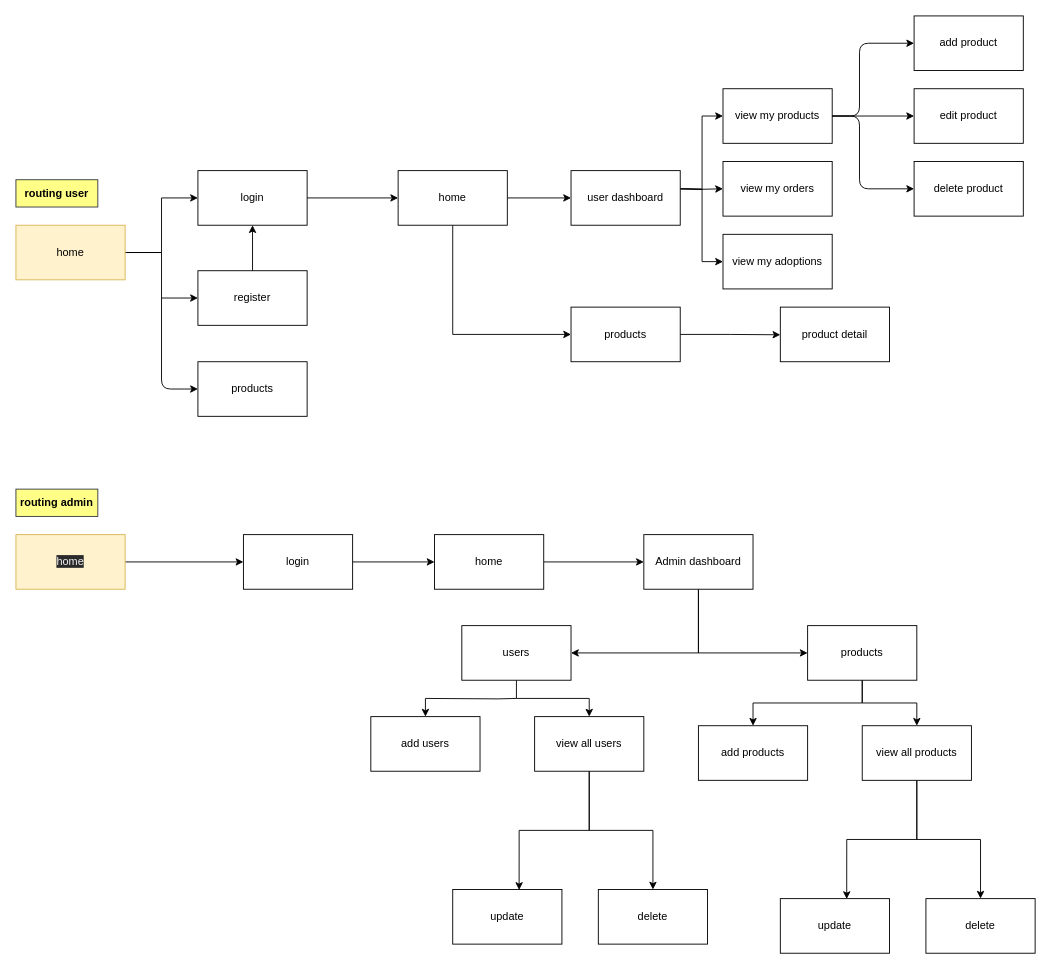
The draw.io diagram docs/2 design/routing.drawio in IonutPopescu93/mica-piata, before the edit. Source tidied: cells renumbered, new cells numbered last; positions are measured from the earlier drawing's top-left corner, leaving out a move shared by most shapes. Both pictures are drawn from the tidied source at 91%, with x=0, y=0 at pixel (15, 15).
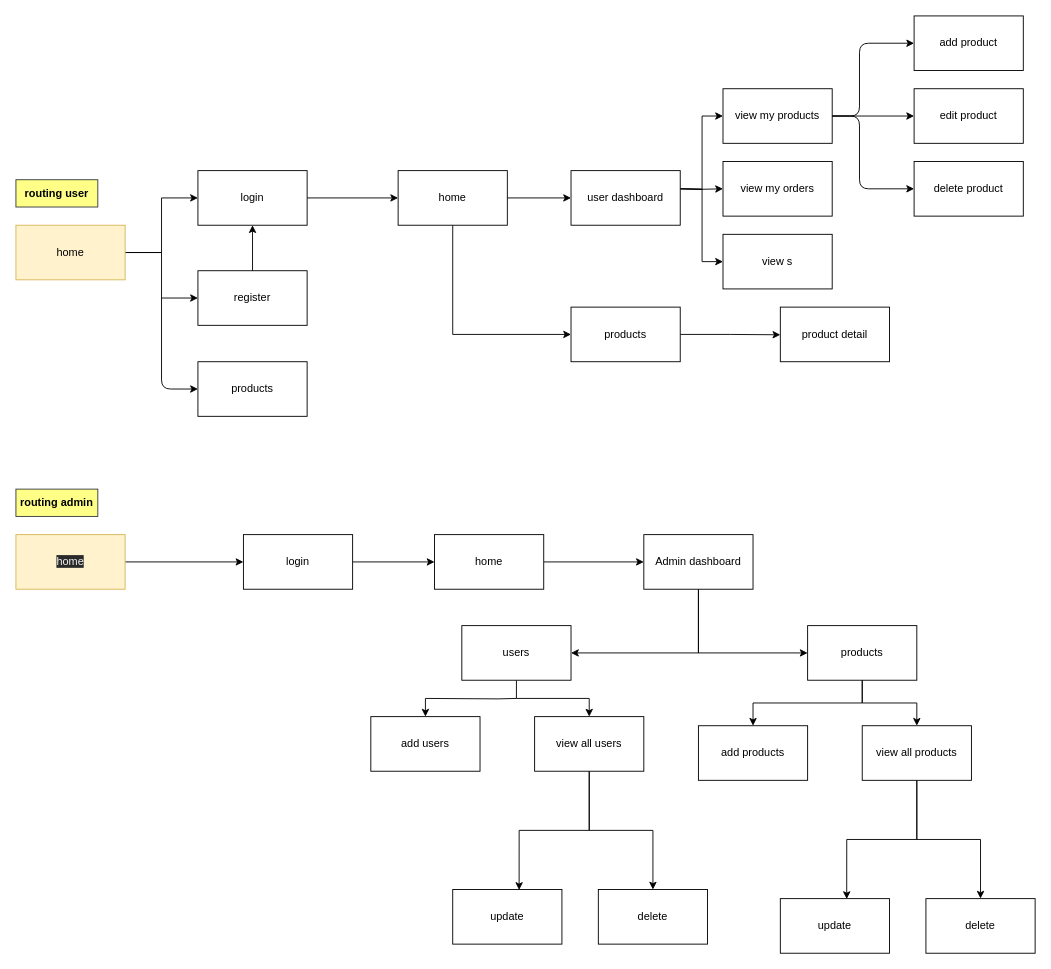
The same page after the edit.

Diff of the diagram source:
```diff
@@
-    <mxCell id="31" value="view my adoptions" style="rounded=0;whiteSpace=wrap;html=1;" parent="1" vertex="1">
+    <mxCell id="31" value="view s" style="rounded=0;whiteSpace=wrap;html=1;" parent="1" vertex="1">
       <mxGeometry x="777" y="240" width="120" height="60" as="geometry" />
     </mxCell>
```
